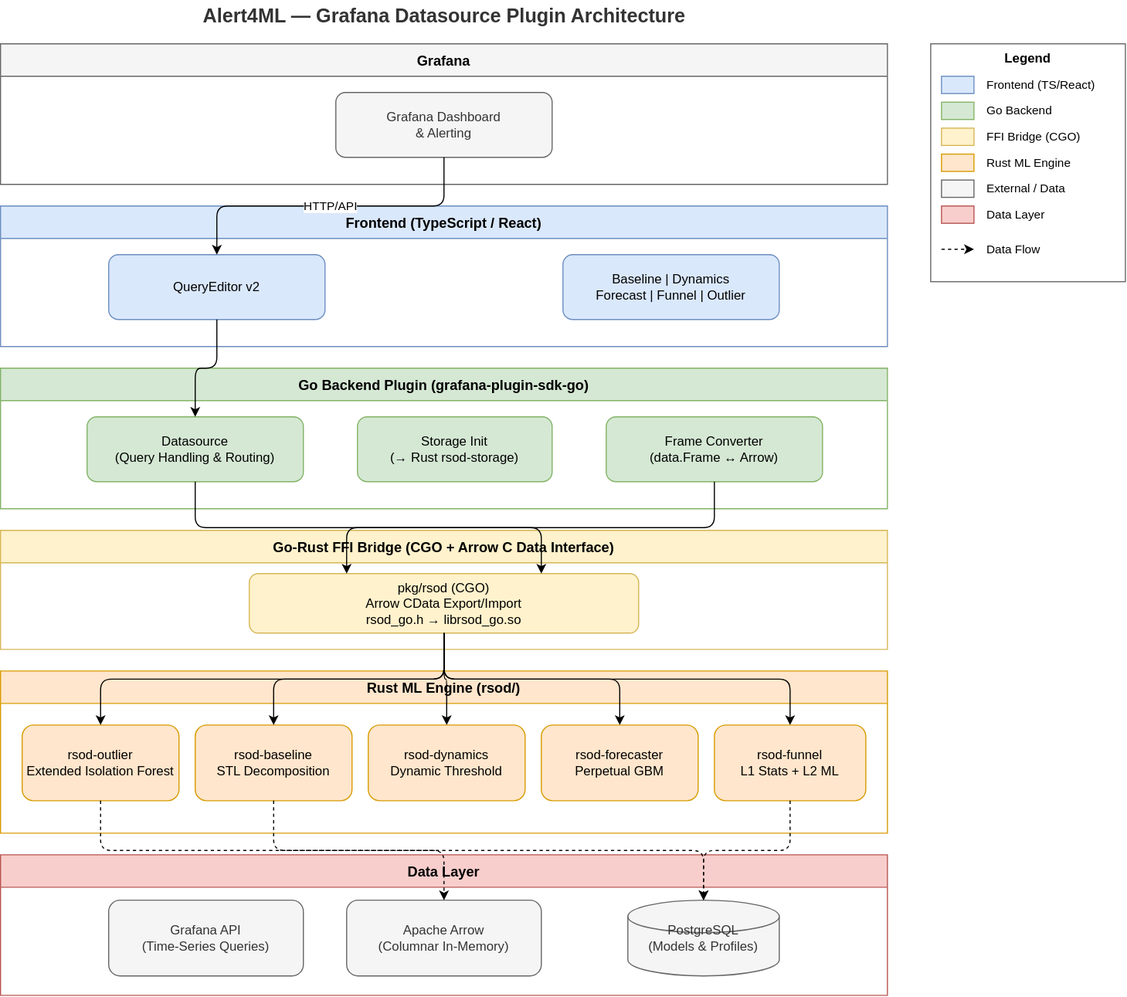
The draw.io diagram docs/alert4ml-architecture.drawio.svg in IBUMBLEBEE/grafana-alert4ml-datasource, before a commit. Source tidied: cells renumbered, new cells last; positions are measured from the earlier drawing's top-left corner, leaving out a move shared by most shapes.
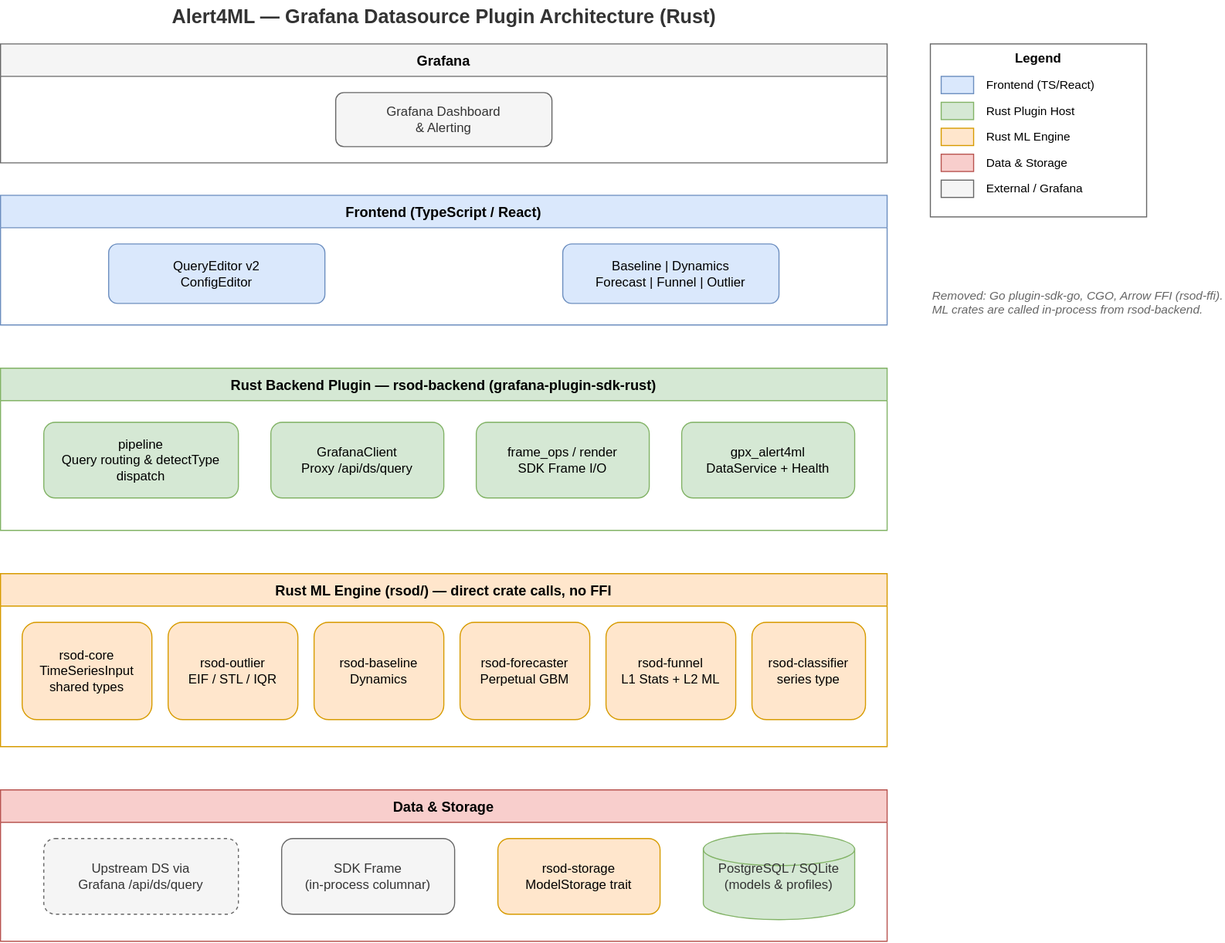
The same diagram one commit later.

Commit message:
docs: update documents for architecture

Change to the diagram source:
```diff
@@ -2,155 +2,110 @@
   <root>
     <mxCell id="0" />
     <mxCell id="1" parent="0" />
+    <mxCell id="50" value="Alert4ML — Grafana Datasource Plugin Architecture (Rust)" style="text;html=1;align=center;verticalAlign=middle;fontSize=18;fontStyle=1;fontColor=#333333;" parent="1" vertex="1">
+      <mxGeometry width="820" height="30" as="geometry" />
+    </mxCell>
     <mxCell id="2" value="Grafana" style="swimlane;startSize=30;fillColor=#f5f5f5;strokeColor=#666666;fontStyle=1;fontSize=13;" parent="1" vertex="1">
-      <mxGeometry y="40" width="820" height="130" as="geometry" />
+      <mxGeometry y="40" width="820" height="110" as="geometry" />
     </mxCell>
-    <mxCell id="3" value="Grafana Dashboard&lt;br&gt;&amp; Alerting" style="rounded=1;whiteSpace=wrap;html=1;fillColor=#f5f5f5;strokeColor=#666666;fontColor=#333333;" parent="2" vertex="1">
-      <mxGeometry x="310" y="45" width="200" height="60" as="geometry" />
+    <mxCell id="3" value="Grafana Dashboard&#10;&amp; Alerting" style="rounded=1;whiteSpace=wrap;html=1;fillColor=#f5f5f5;strokeColor=#666666;fontColor=#333333;" parent="2" vertex="1">
+      <mxGeometry x="310" y="45" width="200" height="50" as="geometry" />
     </mxCell>
     <mxCell id="4" value="Frontend (TypeScript / React)" style="swimlane;startSize=30;fillColor=#dae8fc;strokeColor=#6c8ebf;fontStyle=1;fontSize=13;" parent="1" vertex="1">
-      <mxGeometry y="190" width="820" height="130" as="geometry" />
+      <mxGeometry y="180" width="820" height="120" as="geometry" />
     </mxCell>
-    <mxCell id="5" value="QueryEditor v2" style="rounded=1;whiteSpace=wrap;html=1;fillColor=#dae8fc;strokeColor=#6c8ebf;" parent="4" vertex="1">
-      <mxGeometry x="100" y="45" width="200" height="60" as="geometry" />
+    <mxCell id="5" value="QueryEditor v2&#10;ConfigEditor" style="rounded=1;whiteSpace=wrap;html=1;fillColor=#dae8fc;strokeColor=#6c8ebf;" parent="4" vertex="1">
+      <mxGeometry x="100" y="45" width="200" height="55" as="geometry" />
     </mxCell>
-    <mxCell id="6" value="Baseline | Dynamics&lt;br&gt;Forecast | Funnel | Outlier" style="rounded=1;whiteSpace=wrap;html=1;fillColor=#dae8fc;strokeColor=#6c8ebf;" parent="4" vertex="1">
-      <mxGeometry x="520" y="45" width="200" height="60" as="geometry" />
+    <mxCell id="6" value="Baseline | Dynamics&#10;Forecast | Funnel | Outlier" style="rounded=1;whiteSpace=wrap;html=1;fillColor=#dae8fc;strokeColor=#6c8ebf;" parent="4" vertex="1">
+      <mxGeometry x="520" y="45" width="200" height="55" as="geometry" />
     </mxCell>
-    <mxCell id="7" value="HTTP/API" style="edgeStyle=orthogonalEdgeStyle;rounded=1;jettySize=auto;html=1;exitX=0.5;exitY=1;entryX=0.5;entryY=0;" parent="1" edge="1" source="3" target="5">
-      <mxGeometry relative="1" as="geometry" />
-    </mxCell>
-    <mxCell id="8" value="Go Backend Plugin (grafana-plugin-sdk-go)" style="swimlane;startSize=30;fillColor=#d5e8d4;strokeColor=#82b366;fontStyle=1;fontSize=13;" parent="1" vertex="1">
-      <mxGeometry y="340" width="820" height="130" as="geometry" />
-    </mxCell>
-    <mxCell id="9" value="Datasource&lt;br&gt;(Query Handling &amp; Routing)" style="rounded=1;whiteSpace=wrap;html=1;fillColor=#d5e8d4;strokeColor=#82b366;" parent="8" vertex="1">
-      <mxGeometry x="80" y="45" width="200" height="60" as="geometry" />
-    </mxCell>
-    <mxCell id="10" value="Storage Init&lt;br&gt;(→ Rust rsod-storage)" style="rounded=1;whiteSpace=wrap;html=1;fillColor=#d5e8d4;strokeColor=#82b366;" parent="8" vertex="1">
-      <mxGeometry x="330" y="45" width="180" height="60" as="geometry" />
-    </mxCell>
-    <mxCell id="11" value="Frame Converter&lt;br&gt;(data.Frame ↔ Arrow)" style="rounded=1;whiteSpace=wrap;html=1;fillColor=#d5e8d4;strokeColor=#82b366;" parent="8" vertex="1">
-      <mxGeometry x="560" y="45" width="200" height="60" as="geometry" />
-    </mxCell>
-    <mxCell id="12" style="edgeStyle=orthogonalEdgeStyle;rounded=1;jettySize=auto;html=1;exitX=0.5;exitY=1;entryX=0.5;entryY=0;" parent="1" edge="1" source="5" target="9">
-      <mxGeometry relative="1" as="geometry" />
-    </mxCell>
-    <mxCell id="13" value="Go-Rust FFI Bridge (CGO + Arrow C Data Interface)" style="swimlane;startSize=30;fillColor=#fff2cc;strokeColor=#d6b656;fontStyle=1;fontSize=13;" parent="1" vertex="1">
-      <mxGeometry y="490" width="820" height="110" as="geometry" />
-    </mxCell>
-    <mxCell id="14" value="pkg/rsod (CGO)&lt;br&gt;Arrow CData Export/Import&lt;br&gt;rsod_go.h → librsod_go.so" style="rounded=1;whiteSpace=wrap;html=1;fillColor=#fff2cc;strokeColor=#d6b656;" parent="13" vertex="1">
-      <mxGeometry x="230" y="40" width="360" height="55" as="geometry" />
-    </mxCell>
-    <mxCell id="15" style="edgeStyle=orthogonalEdgeStyle;rounded=1;jettySize=auto;html=1;exitX=0.5;exitY=1;entryX=0.25;entryY=0;" parent="1" edge="1" source="11" target="14">
-      <mxGeometry relative="1" as="geometry" />
-    </mxCell>
-    <mxCell id="16" style="edgeStyle=orthogonalEdgeStyle;rounded=1;jettySize=auto;html=1;exitX=0.5;exitY=1;entryX=0.75;entryY=0;" parent="1" edge="1" source="9" target="14">
-      <mxGeometry relative="1" as="geometry" />
-    </mxCell>
-    <mxCell id="17" value="Rust ML Engine (rsod/)" style="swimlane;startSize=30;fillColor=#ffe6cc;strokeColor=#d79b00;fontStyle=1;fontSize=13;" parent="1" vertex="1">
-      <mxGeometry y="620" width="820" height="150" as="geometry" />
-    </mxCell>
-    <mxCell id="18" value="rsod-outlier&lt;br&gt;Extended Isolation Forest" style="rounded=1;whiteSpace=wrap;html=1;fillColor=#ffe6cc;strokeColor=#d79b00;" parent="17" vertex="1">
-      <mxGeometry x="20" y="50" width="145" height="70" as="geometry" />
-    </mxCell>
-    <mxCell id="19" value="rsod-baseline&lt;br&gt;STL Decomposition" style="rounded=1;whiteSpace=wrap;html=1;fillColor=#ffe6cc;strokeColor=#d79b00;" parent="17" vertex="1">
-      <mxGeometry x="180" y="50" width="145" height="70" as="geometry" />
-    </mxCell>
-    <mxCell id="20" value="rsod-dynamics&lt;br&gt;Dynamic Threshold" style="rounded=1;whiteSpace=wrap;html=1;fillColor=#ffe6cc;strokeColor=#d79b00;" parent="17" vertex="1">
-      <mxGeometry x="340" y="50" width="145" height="70" as="geometry" />
-    </mxCell>
+    <mxCell id="51" value="Rust Backend Plugin — rsod-backend (grafana-plugin-sdk-rust)" style="swimlane;startSize=30;fillColor=#d5e8d4;strokeColor=#82b366;fontStyle=1;fontSize=13;" parent="1" vertex="1">
+      <mxGeometry y="340" width="820" height="150" as="geometry" />
+    </mxCell>
+    <mxCell id="52" value="pipeline&#10;Query routing &amp; detectType dispatch" style="rounded=1;whiteSpace=wrap;html=1;fillColor=#d5e8d4;strokeColor=#82b366;" parent="51" vertex="1">
+      <mxGeometry x="40" y="50" width="180" height="70" as="geometry" />
+    </mxCell>
+    <mxCell id="53" value="GrafanaClient&#10;Proxy /api/ds/query" style="rounded=1;whiteSpace=wrap;html=1;fillColor=#d5e8d4;strokeColor=#82b366;" parent="51" vertex="1">
+      <mxGeometry x="250" y="50" width="160" height="70" as="geometry" />
+    </mxCell>
+    <mxCell id="54" value="frame_ops / render&#10;SDK Frame I/O" style="rounded=1;whiteSpace=wrap;html=1;fillColor=#d5e8d4;strokeColor=#82b366;" parent="51" vertex="1">
+      <mxGeometry x="440" y="50" width="160" height="70" as="geometry" />
+    </mxCell>
+    <mxCell id="55" value="gpx_alert4ml&#10;DataService + Health" style="rounded=1;whiteSpace=wrap;html=1;fillColor=#d5e8d4;strokeColor=#82b366;" parent="51" vertex="1">
+      <mxGeometry x="630" y="50" width="160" height="70" as="geometry" />
+    </mxCell>
+    <mxCell id="56" value="Rust ML Engine (rsod/) — direct crate calls, no FFI" style="swimlane;startSize=30;fillColor=#ffe6cc;strokeColor=#d79b00;fontStyle=1;fontSize=13;" parent="1" vertex="1">
+      <mxGeometry y="530" width="820" height="160" as="geometry" />
+    </mxCell>
+    <mxCell id="57" value="rsod-core&#10;TimeSeriesInput&#10;shared types" style="rounded=1;whiteSpace=wrap;html=1;fillColor=#ffe6cc;strokeColor=#d79b00;" parent="56" vertex="1">
+      <mxGeometry x="20" y="45" width="120" height="90" as="geometry" />
+    </mxCell>
+    <mxCell id="58" value="rsod-outlier&#10;EIF / STL / IQR" style="rounded=1;whiteSpace=wrap;html=1;fillColor=#ffe6cc;strokeColor=#d79b00;" parent="56" vertex="1">
+      <mxGeometry x="155" y="45" width="120" height="90" as="geometry" />
+    </mxCell>
+    <mxCell id="59" value="rsod-baseline&#10;Dynamics" style="rounded=1;whiteSpace=wrap;html=1;fillColor=#ffe6cc;strokeColor=#d79b00;" parent="56" vertex="1">
+      <mxGeometry x="290" y="45" width="120" height="90" as="geometry" />
+    </mxCell>
-    <mxCell id="21" value="rsod-forecaster&lt;br&gt;Perpetual GBM" style="rounded=1;whiteSpace=wrap;html=1;fillColor=#ffe6cc;strokeColor=#d79b00;" parent="17" vertex="1">
-      <mxGeometry x="500" y="50" width="145" height="70" as="geometry" />
+    <mxCell id="21" value="rsod-forecaster&#10;Perpetual GBM" style="rounded=1;whiteSpace=wrap;html=1;fillColor=#ffe6cc;strokeColor=#d79b00;" parent="56" vertex="1">
+      <mxGeometry x="425" y="45" width="120" height="90" as="geometry" />
     </mxCell>
-    <mxCell id="22" value="rsod-funnel&lt;br&gt;L1 Stats + L2 ML" style="rounded=1;whiteSpace=wrap;html=1;fillColor=#ffe6cc;strokeColor=#d79b00;" parent="17" vertex="1">
-      <mxGeometry x="660" y="50" width="140" height="70" as="geometry" />
+    <mxCell id="22" value="rsod-funnel&#10;L1 Stats + L2 ML" style="rounded=1;whiteSpace=wrap;html=1;fillColor=#ffe6cc;strokeColor=#d79b00;" parent="56" vertex="1">
+      <mxGeometry x="560" y="45" width="120" height="90" as="geometry" />
     </mxCell>
-    <mxCell id="23" style="edgeStyle=orthogonalEdgeStyle;rounded=1;jettySize=auto;html=1;exitX=0.5;exitY=1;entryX=0.5;entryY=0;" parent="1" edge="1" source="14" target="18">
-      <mxGeometry relative="1" as="geometry" />
-    </mxCell>
-    <mxCell id="24" style="edgeStyle=orthogonalEdgeStyle;rounded=1;jettySize=auto;html=1;exitX=0.5;exitY=1;entryX=0.5;entryY=0;" parent="1" edge="1" source="14" target="19">
-      <mxGeometry relative="1" as="geometry" />
-    </mxCell>
-    <mxCell id="25" style="edgeStyle=orthogonalEdgeStyle;rounded=1;jettySize=auto;html=1;exitX=0.5;exitY=1;entryX=0.5;entryY=0;" parent="1" edge="1" source="14" target="20">
-      <mxGeometry relative="1" as="geometry" />
-    </mxCell>
-    <mxCell id="26" style="edgeStyle=orthogonalEdgeStyle;rounded=1;jettySize=auto;html=1;exitX=0.5;exitY=1;entryX=0.5;entryY=0;" parent="1" edge="1" source="14" target="21">
-      <mxGeometry relative="1" as="geometry" />
-    </mxCell>
-    <mxCell id="27" style="edgeStyle=orthogonalEdgeStyle;rounded=1;jettySize=auto;html=1;exitX=0.5;exitY=1;entryX=0.5;entryY=0;" parent="1" edge="1" source="14" target="22">
-      <mxGeometry relative="1" as="geometry" />
-    </mxCell>
+    <mxCell id="60" value="rsod-classifier&#10;series type" style="rounded=1;whiteSpace=wrap;html=1;fillColor=#ffe6cc;strokeColor=#d79b00;" parent="56" vertex="1">
+      <mxGeometry x="695" y="45" width="105" height="90" as="geometry" />
+    </mxCell>
-    <mxCell id="28" value="Data Layer" style="swimlane;startSize=30;fillColor=#f8cecc;strokeColor=#b85450;fontStyle=1;fontSize=13;" parent="1" vertex="1">
-      <mxGeometry y="790" width="820" height="130" as="geometry" />
+    <mxCell id="28" value="Data &amp; Storage" style="swimlane;startSize=30;fillColor=#f8cecc;strokeColor=#b85450;fontStyle=1;fontSize=13;" parent="1" vertex="1">
+      <mxGeometry y="730" width="820" height="140" as="geometry" />
     </mxCell>
-    <mxCell id="29" value="Grafana API&lt;br&gt;(Time-Series Queries)" style="rounded=1;whiteSpace=wrap;html=1;fillColor=#f5f5f5;strokeColor=#666666;fontColor=#333333;" parent="28" vertex="1">
-      <mxGeometry x="100" y="42" width="180" height="70" as="geometry" />
+    <mxCell id="29" value="Upstream DS via&#10;Grafana /api/ds/query" style="rounded=1;whiteSpace=wrap;html=1;fillColor=#f5f5f5;strokeColor=#666666;fontColor=#333333;dashed=1;" parent="28" vertex="1">
+      <mxGeometry x="40" y="45" width="180" height="70" as="geometry" />
     </mxCell>
-    <mxCell id="30" value="Apache Arrow&lt;br&gt;(Columnar In-Memory)" style="rounded=1;whiteSpace=wrap;html=1;fillColor=#f5f5f5;strokeColor=#666666;fontColor=#333333;" parent="28" vertex="1">
-      <mxGeometry x="320" y="42" width="180" height="70" as="geometry" />
-    </mxCell>
+    <mxCell id="61" value="SDK Frame&#10;(in-process columnar)" style="rounded=1;whiteSpace=wrap;html=1;fillColor=#f5f5f5;strokeColor=#666666;fontColor=#333333;" parent="28" vertex="1">
+      <mxGeometry x="260" y="45" width="160" height="70" as="geometry" />
+    </mxCell>
+    <mxCell id="62" value="rsod-storage&#10;ModelStorage trait" style="rounded=1;whiteSpace=wrap;html=1;fillColor=#ffe6cc;strokeColor=#d79b00;" parent="28" vertex="1">
+      <mxGeometry x="460" y="45" width="150" height="70" as="geometry" />
+    </mxCell>
-    <mxCell id="31" value="PostgreSQL&lt;br&gt;(Models &amp; Profiles)" style="shape=cylinder3;whiteSpace=wrap;html=1;fillColor=#f5f5f5;strokeColor=#666666;fontColor=#333333;size=15;" parent="28" vertex="1">
-      <mxGeometry x="580" y="42" width="140" height="70" as="geometry" />
+    <mxCell id="31" value="PostgreSQL / SQLite&#10;(models &amp; profiles)" style="shape=cylinder3;whiteSpace=wrap;html=1;fillColor=#d5e8d4;strokeColor=#82b366;fontColor=#333333;size=15;" parent="28" vertex="1">
+      <mxGeometry x="650" y="40" width="140" height="80" as="geometry" />
     </mxCell>
-    <mxCell id="32" style="edgeStyle=orthogonalEdgeStyle;rounded=1;jettySize=auto;html=1;dashed=1;exitX=0.5;exitY=1;entryX=0.5;entryY=0;" parent="1" edge="1" source="18" target="30">
-      <mxGeometry relative="1" as="geometry" />
-    </mxCell>
-    <mxCell id="33" style="edgeStyle=orthogonalEdgeStyle;rounded=1;jettySize=auto;html=1;dashed=1;exitX=0.5;exitY=1;entryX=0.5;entryY=0;" parent="1" edge="1" source="19" target="31">
-      <mxGeometry relative="1" as="geometry" />
-    </mxCell>
-    <mxCell id="34" style="edgeStyle=orthogonalEdgeStyle;rounded=1;jettySize=auto;html=1;dashed=1;exitX=0.5;exitY=1;entryX=0.5;entryY=0;" parent="1" edge="1" source="22" target="31">
-      <mxGeometry relative="1" as="geometry" />
-    </mxCell>
     <mxCell id="35" value="Legend" style="rounded=0;whiteSpace=wrap;html=1;fillColor=none;strokeColor=#666666;verticalAlign=top;fontStyle=1;fontSize=12;" parent="1" vertex="1">
-      <mxGeometry x="860" y="40" width="180" height="220" as="geometry" />
+      <mxGeometry x="860" y="40" width="200" height="160" as="geometry" />
     </mxCell>
     <mxCell id="36" style="rounded=0;html=1;fillColor=#dae8fc;strokeColor=#6c8ebf;" parent="35" vertex="1">
       <mxGeometry x="10" y="30" width="30" height="16" as="geometry" />
     </mxCell>
     <mxCell id="37" value="Frontend (TS/React)" style="text;html=1;align=left;verticalAlign=middle;fontSize=11;" parent="35" vertex="1">
-      <mxGeometry x="50" y="28" width="120" height="20" as="geometry" />
+      <mxGeometry x="50" y="28" width="140" height="20" as="geometry" />
     </mxCell>
     <mxCell id="38" style="rounded=0;html=1;fillColor=#d5e8d4;strokeColor=#82b366;" parent="35" vertex="1">
       <mxGeometry x="10" y="54" width="30" height="16" as="geometry" />
     </mxCell>
-    <mxCell id="39" value="Go Backend" style="text;html=1;align=left;verticalAlign=middle;fontSize=11;" parent="35" vertex="1">
-      <mxGeometry x="50" y="52" width="120" height="20" as="geometry" />
+    <mxCell id="39" value="Rust Plugin Host" style="text;html=1;align=left;verticalAlign=middle;fontSize=11;" parent="35" vertex="1">
+      <mxGeometry x="50" y="52" width="140" height="20" as="geometry" />
     </mxCell>
-    <mxCell id="40" style="rounded=0;html=1;fillColor=#fff2cc;strokeColor=#d6b656;" parent="35" vertex="1">
+    <mxCell id="40" style="rounded=0;html=1;fillColor=#ffe6cc;strokeColor=#d79b00;" parent="35" vertex="1">
       <mxGeometry x="10" y="78" width="30" height="16" as="geometry" />
     </mxCell>
-    <mxCell id="41" value="FFI Bridge (CGO)" style="text;html=1;align=left;verticalAlign=middle;fontSize=11;" parent="35" vertex="1">
-      <mxGeometry x="50" y="76" width="120" height="20" as="geometry" />
+    <mxCell id="41" value="Rust ML Engine" style="text;html=1;align=left;verticalAlign=middle;fontSize=11;" parent="35" vertex="1">
+      <mxGeometry x="50" y="76" width="140" height="20" as="geometry" />
     </mxCell>
-    <mxCell id="42" style="rounded=0;html=1;fillColor=#ffe6cc;strokeColor=#d79b00;" parent="35" vertex="1">
+    <mxCell id="42" style="rounded=0;html=1;fillColor=#f8cecc;strokeColor=#b85450;" parent="35" vertex="1">
       <mxGeometry x="10" y="102" width="30" height="16" as="geometry" />
     </mxCell>
-    <mxCell id="43" value="Rust ML Engine" style="text;html=1;align=left;verticalAlign=middle;fontSize=11;" parent="35" vertex="1">
-      <mxGeometry x="50" y="100" width="120" height="20" as="geometry" />
+    <mxCell id="43" value="Data &amp; Storage" style="text;html=1;align=left;verticalAlign=middle;fontSize=11;" parent="35" vertex="1">
+      <mxGeometry x="50" y="100" width="140" height="20" as="geometry" />
     </mxCell>
     <mxCell id="44" style="rounded=0;html=1;fillColor=#f5f5f5;strokeColor=#666666;" parent="35" vertex="1">
       <mxGeometry x="10" y="126" width="30" height="16" as="geometry" />
     </mxCell>
-    <mxCell id="45" value="External / Data" style="text;html=1;align=left;verticalAlign=middle;fontSize=11;" parent="35" vertex="1">
-      <mxGeometry x="50" y="124" width="120" height="20" as="geometry" />
+    <mxCell id="45" value="External / Grafana" style="text;html=1;align=left;verticalAlign=middle;fontSize=11;" parent="35" vertex="1">
+      <mxGeometry x="50" y="124" width="140" height="20" as="geometry" />
     </mxCell>
-    <mxCell id="46" style="rounded=0;html=1;fillColor=#f8cecc;strokeColor=#b85450;" parent="35" vertex="1">
-      <mxGeometry x="10" y="150" width="30" height="16" as="geometry" />
-    </mxCell>
-    <mxCell id="47" value="Data Layer" style="text;html=1;align=left;verticalAlign=middle;fontSize=11;" parent="35" vertex="1">
-      <mxGeometry x="50" y="148" width="120" height="20" as="geometry" />
-    </mxCell>
-    <mxCell id="48" style="edgeStyle=orthogonalEdgeStyle;rounded=1;html=1;dashed=1;endArrow=classic;" parent="35" edge="1">
-      <mxGeometry relative="1" as="geometry">
-        <mxPoint x="10" y="190" as="sourcePoint" />
-        <mxPoint x="40" y="190" as="targetPoint" />
-      </mxGeometry>
-    </mxCell>
-    <mxCell id="49" value="Data Flow" style="text;html=1;align=left;verticalAlign=middle;fontSize=11;" parent="35" vertex="1">
-      <mxGeometry x="50" y="180" width="120" height="20" as="geometry" />
-    </mxCell>
-    <mxCell id="50" value="Alert4ML — Grafana Datasource Plugin Architecture" style="text;html=1;align=center;verticalAlign=middle;fontSize=18;fontStyle=1;fontColor=#333333;" parent="1" vertex="1">
-      <mxGeometry width="820" height="30" as="geometry" />
-    </mxCell>
+    <mxCell id="63" value="Removed: Go plugin-sdk-go, CGO, Arrow FFI (rsod-ffi).&#10;ML crates are called in-process from rsod-backend." style="text;html=1;align=left;verticalAlign=top;fontSize=11;fontColor=#666666;fontStyle=2;" parent="1" vertex="1">
+      <mxGeometry x="860" y="260" width="220" height="60" as="geometry" />
+    </mxCell>
   </root>
 </mxGraphModel>
```
